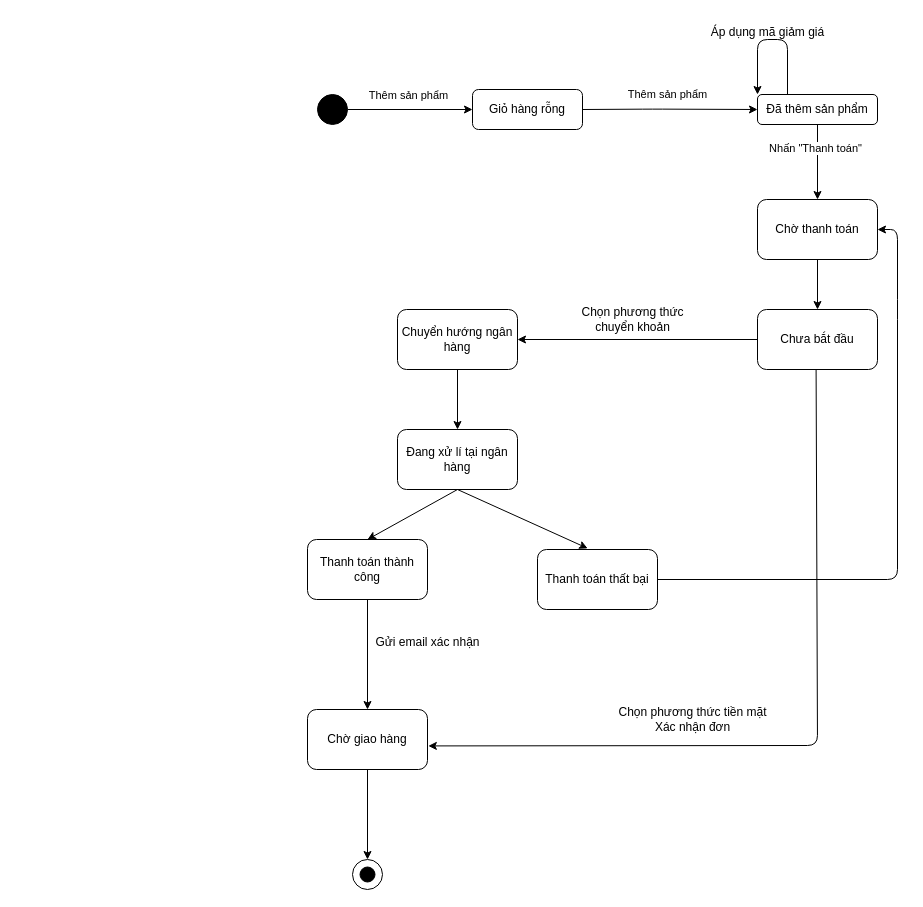
NguyenThaiDung2003/IT3120Nhom11 keeps this draw.io diagram as Sate Machine Diagram/Cart_Checkout.drawio. Above is the earlier version. Source tidied: cells renumbered, new cells numbered last; positions are measured from the earlier drawing's top-left corner, leaving out a move shared by most shapes. Both pictures are drawn from the tidied source at 100%, with x=0, y=0 at pixel (307, 17).
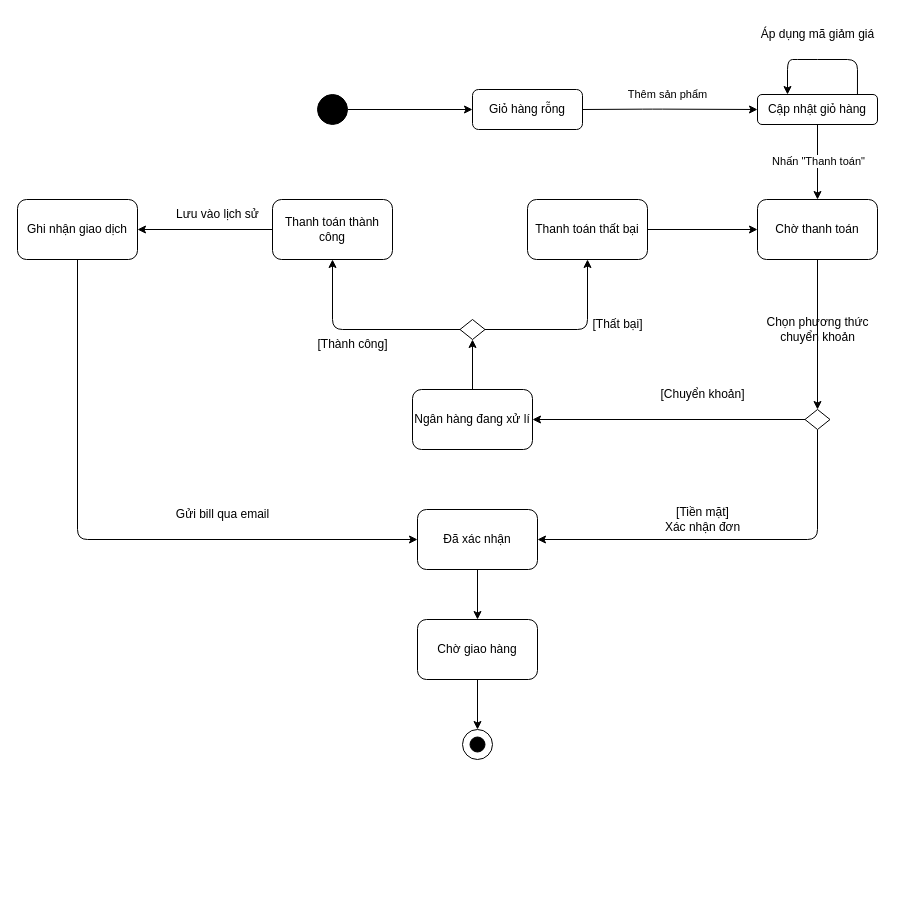
The same page after the edit.

Commit message:
Sửa lại biểu đồ máy trạng thái cho phần giỏ hàng và thanh toán

The change refers to these unchanged cells:
```xml
<mxCell id="6" value="Chờ thanh toán" style="rounded=1;whiteSpace=wrap;html=1;" parent="1" vertex="1">
  <mxGeometry x="450" y="182" width="120" height="60" as="geometry" />
</mxCell>
<mxCell id="10" style="endArrow=classic;html=1;exitX=1;exitY=0.5;exitDx=0;exitDy=0;entryX=0;entryY=0.5;entryDx=0;entryDy=0;" parent="1" edge="1" source="9" target="4">
  <mxGeometry relative="1" as="geometry" />
</mxCell>
<mxCell id="14" style="endArrow=classic;html=1;exitX=0.5;exitY=1;exitDx=0;exitDy=0;entryX=0.5;entryY=0;entryDx=0;entryDy=0;" parent="1" edge="1" source="5" target="6">
  <mxGeometry relative="1" as="geometry" />
</mxCell>
```

Diff of the diagram source:
```diff
@@
     <mxCell id="2" value="Thanh toán thất bại" style="rounded=1;whiteSpace=wrap;html=1;" parent="1" vertex="1">
-      <mxGeometry x="230" y="532" width="120" height="60" as="geometry" />
+      <mxGeometry x="220" y="182" width="120" height="60" as="geometry" />
     </mxCell>
     <mxCell id="3" value="Thanh toán thành công" style="rounded=1;whiteSpace=wrap;html=1;" parent="1" vertex="1">
-      <mxGeometry y="522" width="120" height="60" as="geometry" />
+      <mxGeometry x="-35" y="182" width="120" height="60" as="geometry" />
     </mxCell>
@@
-    <mxCell id="5" value="Đã thêm sản phẩm" style="rounded=1;whiteSpace=wrap;html=1;" parent="1" vertex="1">
+    <mxCell id="5" value="Cập nhật giỏ hàng" style="rounded=1;whiteSpace=wrap;html=1;" parent="1" vertex="1">
       <mxGeometry x="450" y="77" width="120" height="30" as="geometry" />
     </mxCell>
@@
-    <mxCell id="7" value="Đang xử lí tại ngân hàng" style="rounded=1;whiteSpace=wrap;html=1;" parent="1" vertex="1">
-      <mxGeometry x="90" y="412" width="120" height="60" as="geometry" />
-    </mxCell>
-    <mxCell id="8" value="Chuyển hướng ngân hàng" style="rounded=1;whiteSpace=wrap;html=1;" parent="1" vertex="1">
-      <mxGeometry x="90" y="292" width="120" height="60" as="geometry" />
+    <mxCell id="8" value="Ngân hàng đang xử lí" style="rounded=1;whiteSpace=wrap;html=1;" parent="1" vertex="1">
+      <mxGeometry x="105" y="372" width="120" height="60" as="geometry" />
     </mxCell>
@@
-    <mxCell id="11" value="Thêm sản phẩm" style="edgeLabel;html=1;align=center;verticalAlign=middle;" parent="10" vertex="1">
-      <mxGeometry x="0.01" relative="1" as="geometry">
-        <mxPoint x="-3" y="-15" as="offset" />
-      </mxGeometry>
-    </mxCell>
@@
     <mxCell id="15" value="Nhấn &quot;Thanh toán&quot;" style="edgeLabel;html=1;align=center;verticalAlign=middle;" parent="14" vertex="1">
       <mxGeometry x="0.01" relative="1" as="geometry">
-        <mxPoint x="-3" y="-15" as="offset" />
+        <mxPoint y="-2" as="offset" />
       </mxGeometry>
     </mxCell>
-    <mxCell id="16" value="Chưa bắt đầu" style="rounded=1;whiteSpace=wrap;html=1;" parent="1" vertex="1">
-      <mxGeometry x="450" y="292" width="120" height="60" as="geometry" />
-    </mxCell>
-    <mxCell id="17" style="endArrow=classic;html=1;exitX=0.5;exitY=1;exitDx=0;exitDy=0;entryX=0.418;entryY=-0.019;entryDx=0;entryDy=0;entryPerimeter=0;" parent="1" edge="1" source="7" target="2">
-      <mxGeometry relative="1" as="geometry" />
-    </mxCell>
-    <mxCell id="18" style="endArrow=classic;html=1;exitX=0.5;exitY=1;exitDx=0;exitDy=0;entryX=0.5;entryY=0;entryDx=0;entryDy=0;" parent="1" edge="1" source="7" target="3">
-      <mxGeometry relative="1" as="geometry" />
-    </mxCell>
-    <mxCell id="19" style="endArrow=classic;html=1;exitX=1;exitY=0.5;exitDx=0;exitDy=0;entryX=1;entryY=0.5;entryDx=0;entryDy=0;" parent="1" edge="1" source="2" target="6">
-      <mxGeometry relative="1" as="geometry">
-        <Array as="points">
-          <mxPoint x="590" y="562" />
-          <mxPoint x="590" y="292" />
-          <mxPoint x="590" y="212" />
-        </Array>
-      </mxGeometry>
-    </mxCell>
-    <mxCell id="20" style="endArrow=classic;html=1;exitX=0.5;exitY=1;exitDx=0;exitDy=0;entryX=0.5;entryY=0;entryDx=0;entryDy=0;" parent="1" edge="1" source="6" target="16">
-      <mxGeometry relative="1" as="geometry" />
-    </mxCell>
-    <mxCell id="21" style="endArrow=classic;html=1;exitX=0;exitY=0.5;exitDx=0;exitDy=0;entryX=1;entryY=0.5;entryDx=0;entryDy=0;" parent="1" edge="1" source="16" target="8">
+    <mxCell id="21" style="endArrow=classic;html=1;exitX=0.5;exitY=1;exitDx=0;exitDy=0;entryX=0.5;entryY=0;entryDx=0;entryDy=0;" parent="1" edge="1" source="6" target="39">
       <mxGeometry relative="1" as="geometry" />
     </mxCell>
     <mxCell id="22" value="Chọn phương thức&lt;div&gt;chuyển khoản&lt;/div&gt;" style="text;html=1;align=center;verticalAlign=middle;strokeColor=none;fillColor=none;" parent="1" vertex="1">
-      <mxGeometry x="260" y="282" width="130" height="40" as="geometry" />
+      <mxGeometry x="445" y="292" width="130" height="40" as="geometry" />
     </mxCell>
-    <mxCell id="23" style="endArrow=classic;html=1;exitX=0.5;exitY=1;exitDx=0;exitDy=0;entryX=0.5;entryY=0;entryDx=0;entryDy=0;" parent="1" edge="1" source="8" target="7">
+    <mxCell id="23" style="endArrow=classic;html=1;exitX=0.5;exitY=0;exitDx=0;exitDy=0;entryX=0.5;entryY=1;entryDx=0;entryDy=0;" parent="1" edge="1" source="8" target="34">
       <mxGeometry relative="1" as="geometry" />
     </mxCell>
-    <mxCell id="24" style="endArrow=classic;html=1;exitX=0.25;exitY=0;exitDx=0;exitDy=0;entryX=0;entryY=0;entryDx=0;entryDy=0;" parent="1" edge="1" source="5" target="5">
+    <mxCell id="24" style="endArrow=classic;html=1;exitX=0.833;exitY=0;exitDx=0;exitDy=0;entryX=0.25;entryY=0;entryDx=0;entryDy=0;exitPerimeter=0;" parent="1" edge="1" source="5" target="5">
       <mxGeometry relative="1" as="geometry">
         <Array as="points">
-          <mxPoint x="480" y="22" />
-          <mxPoint x="450" y="22" />
+          <mxPoint x="550" y="42" />
+          <mxPoint x="500" y="42" />
+          <mxPoint x="480" y="42" />
         </Array>
       </mxGeometry>
     </mxCell>
     <mxCell id="25" value="Áp dụng mã giảm giá" style="text;html=1;align=center;verticalAlign=middle;strokeColor=none;fillColor=none;" parent="1" vertex="1">
-      <mxGeometry x="390" width="140" height="30" as="geometry" />
+      <mxGeometry x="440" y="2" width="140" height="30" as="geometry" />
     </mxCell>
-    <mxCell id="26" style="endArrow=classic;html=1;exitX=0.5;exitY=1;exitDx=0;exitDy=0;entryX=0.5;entryY=0;entryDx=0;entryDy=0;" parent="1" edge="1" source="3" target="28">
-      <mxGeometry relative="1" as="geometry" />
-    </mxCell>
-    <mxCell id="27" value="Gửi email xác nhận" style="text;html=1;align=center;verticalAlign=middle;strokeColor=none;fillColor=none;" parent="1" vertex="1">
-      <mxGeometry x="55" y="610" width="130" height="30" as="geometry" />
+    <mxCell id="27" value="Gửi bill qua email" style="text;html=1;align=center;verticalAlign=middle;strokeColor=none;fillColor=none;" parent="1" vertex="1">
+      <mxGeometry x="-145" y="482" width="120" height="30" as="geometry" />
     </mxCell>
     <mxCell id="28" value="Chờ giao hàng" style="rounded=1;whiteSpace=wrap;html=1;" parent="1" vertex="1">
-      <mxGeometry y="692" width="120" height="60" as="geometry" />
+      <mxGeometry x="110" y="602" width="120" height="60" as="geometry" />
     </mxCell>
@@
     <mxCell id="30" style="ellipse;whiteSpace=wrap;html=1;" parent="1" vertex="1">
-      <mxGeometry x="45" y="842" width="30" height="30" as="geometry" />
+      <mxGeometry x="155" y="712" width="30" height="30" as="geometry" />
     </mxCell>
-    <mxCell id="31" style="endArrow=classic;html=1;exitX=0.5;exitY=1;exitDx=0;exitDy=0;entryX=1.007;entryY=0.607;entryDx=0;entryDy=0;entryPerimeter=0;" parent="1" edge="1" target="28">
+    <mxCell id="31" style="endArrow=classic;html=1;exitX=0.5;exitY=1;exitDx=0;exitDy=0;entryX=1;entryY=0.5;entryDx=0;entryDy=0;" parent="1" edge="1" source="39" target="46">
       <mxGeometry relative="1" as="geometry">
-        <mxPoint x="508.6" y="352" as="sourcePoint" />
         <Array as="points">
-          <mxPoint x="510" y="728" />
+          <mxPoint x="510" y="522" />
         </Array>
       </mxGeometry>
     </mxCell>
-    <mxCell id="32" value="Chọn phương thức&amp;nbsp;&lt;span style=&quot;background-color: transparent;&quot;&gt;tiền mặt&lt;/span&gt;&lt;div&gt;&lt;span style=&quot;background-color: transparent;&quot;&gt;Xác nhận đơn&lt;/span&gt;&lt;/div&gt;" style="text;html=1;align=center;verticalAlign=middle;strokeColor=none;fillColor=none;" parent="1" vertex="1">
-      <mxGeometry x="300" y="682" width="170" height="40" as="geometry" />
+    <mxCell id="32" value="[Tiền mặt]&lt;br&gt;&lt;div&gt;&lt;span style=&quot;background-color: transparent;&quot;&gt;Xác nhận đơn&lt;/span&gt;&lt;/div&gt;" style="text;html=1;align=center;verticalAlign=middle;strokeColor=none;fillColor=none;" parent="1" vertex="1">
+      <mxGeometry x="345" y="482" width="100" height="40" as="geometry" />
     </mxCell>
     <mxCell id="33" style="ellipse;whiteSpace=wrap;html=1;fillColor=#000000;" parent="1" vertex="1">
-      <mxGeometry x="52.5" y="849.5" width="15" height="15" as="geometry" />
+      <mxGeometry x="162.5" y="719.5" width="15" height="15" as="geometry" />
     </mxCell>
+    <mxCell id="34" style="rhombus;whiteSpace=wrap;html=1;" parent="1" vertex="1">
+      <mxGeometry x="152.5" y="302" width="25" height="20" as="geometry" />
+    </mxCell>
+    <mxCell id="35" style="endArrow=classic;html=1;exitX=0;exitY=0.5;exitDx=0;exitDy=0;entryX=0.5;entryY=1;entryDx=0;entryDy=0;" parent="1" edge="1" source="34" target="3">
+      <mxGeometry relative="1" as="geometry">
+        <Array as="points">
+          <mxPoint x="25" y="312" />
+        </Array>
+      </mxGeometry>
+    </mxCell>
+    <mxCell id="36" style="endArrow=classic;html=1;exitX=1;exitY=0.5;exitDx=0;exitDy=0;entryX=0.5;entryY=1;entryDx=0;entryDy=0;" parent="1" edge="1" source="34" target="2">
+      <mxGeometry relative="1" as="geometry">
+        <Array as="points">
+          <mxPoint x="280" y="312" />
+        </Array>
+      </mxGeometry>
+    </mxCell>
+    <mxCell id="37" value="[Thất bại]" style="text;html=1;align=center;verticalAlign=middle;strokeColor=none;fillColor=none;" parent="1" vertex="1">
+      <mxGeometry x="275" y="292" width="70" height="30" as="geometry" />
+    </mxCell>
+    <mxCell id="38" value="[Thành công]" style="text;html=1;align=center;verticalAlign=middle;strokeColor=none;fillColor=none;" parent="1" vertex="1">
+      <mxGeometry y="312" width="90" height="30" as="geometry" />
+    </mxCell>
+    <mxCell id="39" style="rhombus;whiteSpace=wrap;html=1;" parent="1" vertex="1">
+      <mxGeometry x="497.5" y="392" width="25" height="20" as="geometry" />
+    </mxCell>
+    <mxCell id="40" style="endArrow=classic;html=1;exitX=0;exitY=0.5;exitDx=0;exitDy=0;entryX=1;entryY=0.5;entryDx=0;entryDy=0;" parent="1" edge="1" source="39" target="8">
+      <mxGeometry relative="1" as="geometry" />
+    </mxCell>
+    <mxCell id="41" value="[Chuyển khoản]" style="text;html=1;align=center;verticalAlign=middle;strokeColor=none;fillColor=none;" parent="1" vertex="1">
+      <mxGeometry x="340" y="362" width="110" height="30" as="geometry" />
+    </mxCell>
+    <mxCell id="42" value="&lt;span style=&quot;color: rgb(0, 0, 0); text-wrap-mode: nowrap;&quot;&gt;Ghi nhận giao dịch&lt;/span&gt;" style="rounded=1;whiteSpace=wrap;html=1;" parent="1" vertex="1">
+      <mxGeometry x="-290" y="182" width="120" height="60" as="geometry" />
+    </mxCell>
+    <mxCell id="43" style="endArrow=classic;html=1;exitX=0;exitY=0.5;exitDx=0;exitDy=0;entryX=1;entryY=0.5;entryDx=0;entryDy=0;" parent="1" edge="1" source="3" target="42">
+      <mxGeometry relative="1" as="geometry" />
+    </mxCell>
+    <mxCell id="44" value="Lưu vào lịch sử" style="text;html=1;align=center;verticalAlign=middle;strokeColor=none;fillColor=none;" parent="1" vertex="1">
+      <mxGeometry x="-145" y="182" width="110" height="30" as="geometry" />
+    </mxCell>
+    <mxCell id="45" style="endArrow=classic;html=1;exitX=0.5;exitY=1;exitDx=0;exitDy=0;entryX=0;entryY=0.5;entryDx=0;entryDy=0;" parent="1" edge="1" source="42" target="46">
+      <mxGeometry relative="1" as="geometry">
+        <Array as="points">
+          <mxPoint x="-230" y="522" />
+        </Array>
+      </mxGeometry>
+    </mxCell>
+    <mxCell id="19" style="endArrow=classic;html=1;exitX=1;exitY=0.5;exitDx=0;exitDy=0;entryX=0;entryY=0.5;entryDx=0;entryDy=0;" parent="1" edge="1" source="2" target="6">
+      <mxGeometry relative="1" as="geometry" />
+    </mxCell>
+    <mxCell id="46" value="Đã xác nhận" style="rounded=1;whiteSpace=wrap;html=1;" parent="1" vertex="1">
+      <mxGeometry x="110" y="492" width="120" height="60" as="geometry" />
+    </mxCell>
+    <mxCell id="47" style="endArrow=classic;html=1;exitX=0.5;exitY=1;exitDx=0;exitDy=0;entryX=0.5;entryY=0;entryDx=0;entryDy=0;" parent="1" edge="1" source="46" target="28">
+      <mxGeometry relative="1" as="geometry" />
+    </mxCell>
```
